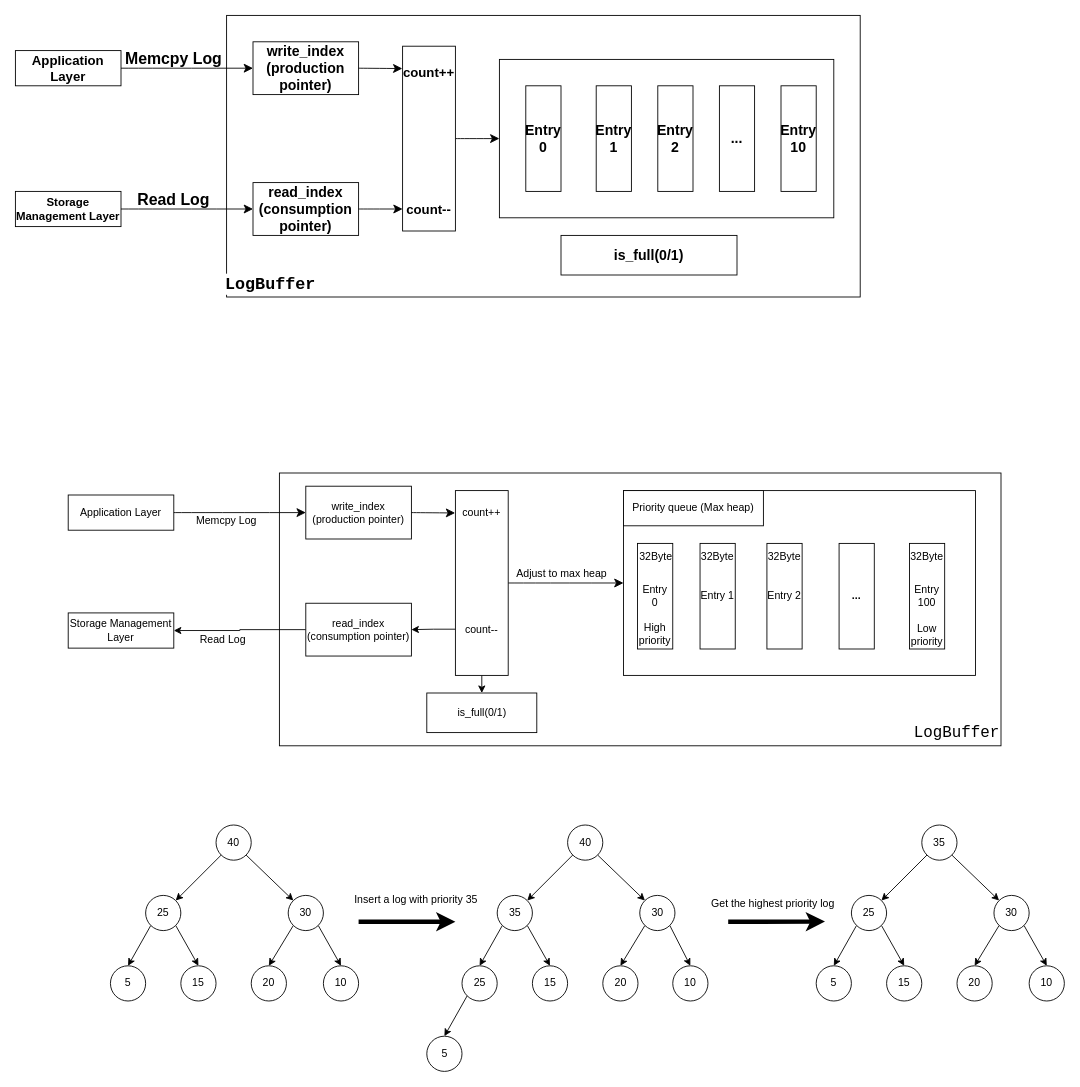
This is page "第 3 页" (3 of 4) of 小论文.drawio from WHUT-LHT/hello-world, a draw.io file, before an edit. Source tidied: cells renumbered, new cells numbered last; positions are measured from the earlier drawing's top-left corner, leaving out a move shared by most shapes. Both pictures are drawn from the tidied source at 88%, with x=0, y=0 at pixel (15, 15).
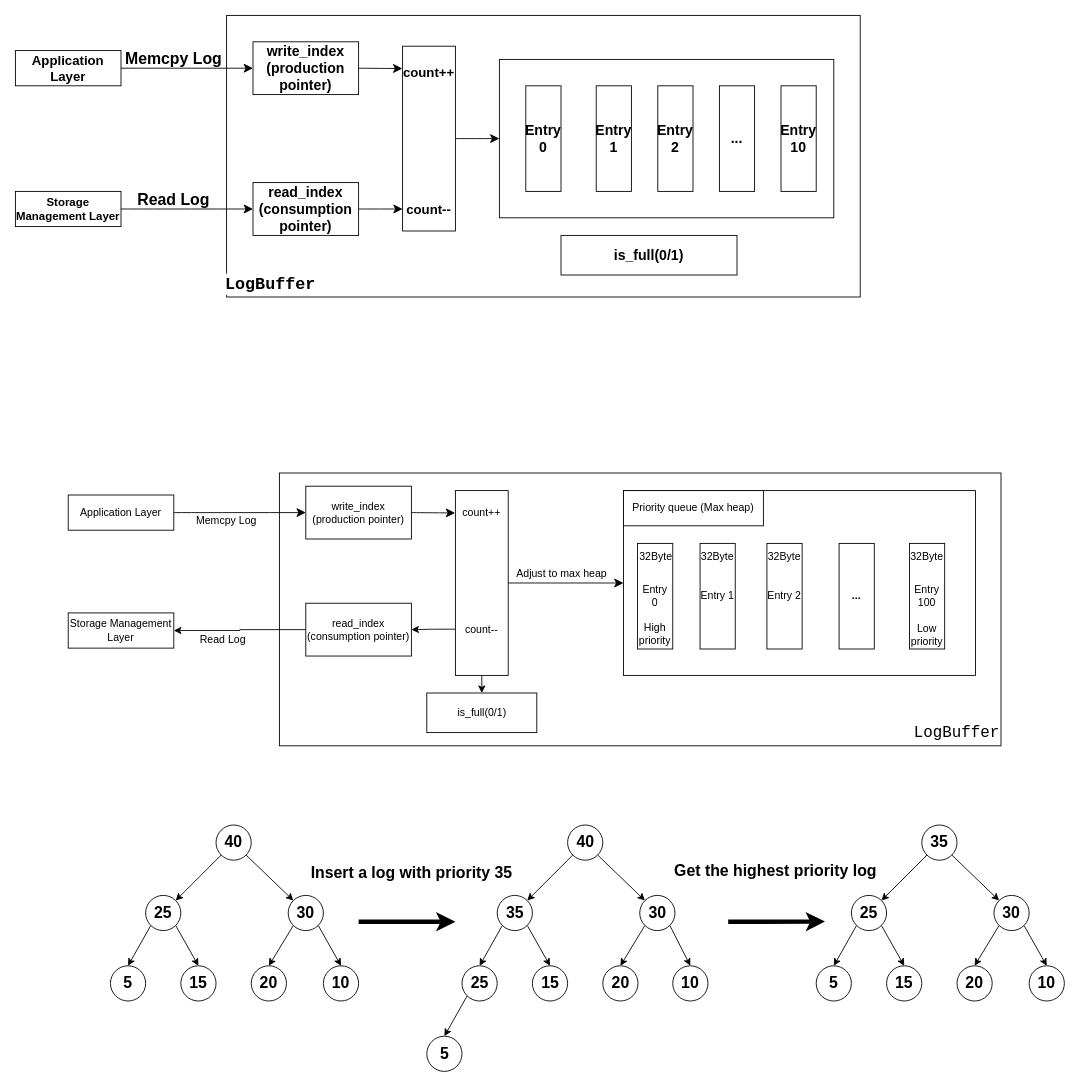
After the change.

The edit, as a diff of the source:
```diff
@@
-    <mxCell id="57" style="rounded=0;jettySize=auto;html=1;exitX=0;exitY=1;exitDx=0;exitDy=0;entryX=1;entryY=0;entryDx=0;entryDy=0;" parent="1" edge="1" source="59" target="62">
+    <mxCell id="57" style="rounded=0;jettySize=auto;html=1;exitX=0;exitY=1;exitDx=0;exitDy=0;entryX=1;entryY=0;entryDx=0;entryDy=0;fontSize=15;fontStyle=1;" parent="1" edge="1" source="59" target="62">
       <mxGeometry relative="1" as="geometry" />
     </mxCell>
-    <mxCell id="58" style="rounded=0;jettySize=auto;html=1;exitX=1;exitY=1;exitDx=0;exitDy=0;entryX=0;entryY=0;entryDx=0;entryDy=0;" parent="1" edge="1" source="59" target="65">
+    <mxCell id="58" style="rounded=0;jettySize=auto;html=1;exitX=1;exitY=1;exitDx=0;exitDy=0;entryX=0;entryY=0;entryDx=0;entryDy=0;fontSize=15;fontStyle=1;" parent="1" edge="1" source="59" target="65">
       <mxGeometry relative="1" as="geometry" />
     </mxCell>
-    <mxCell id="59" value="40" style="ellipse;whiteSpace=wrap;html=1;" parent="1" vertex="1">
+    <mxCell id="59" value="40" style="ellipse;whiteSpace=wrap;html=1;fontSize=18;fontStyle=1;" parent="1" vertex="1">
       <mxGeometry x="228" y="920" width="40" height="40" as="geometry" />
     </mxCell>
-    <mxCell id="60" style="rounded=0;jettySize=auto;html=1;exitX=0;exitY=1;exitDx=0;exitDy=0;entryX=0.5;entryY=0;entryDx=0;entryDy=0;" parent="1" edge="1" source="62" target="66">
+    <mxCell id="60" style="rounded=0;jettySize=auto;html=1;exitX=0;exitY=1;exitDx=0;exitDy=0;entryX=0.5;entryY=0;entryDx=0;entryDy=0;fontSize=15;fontStyle=1;" parent="1" edge="1" source="62" target="66">
       <mxGeometry relative="1" as="geometry" />
     </mxCell>
-    <mxCell id="61" style="rounded=0;jettySize=auto;html=1;exitX=1;exitY=1;exitDx=0;exitDy=0;entryX=0.5;entryY=0;entryDx=0;entryDy=0;" parent="1" edge="1" source="62" target="67">
+    <mxCell id="61" style="rounded=0;jettySize=auto;html=1;exitX=1;exitY=1;exitDx=0;exitDy=0;entryX=0.5;entryY=0;entryDx=0;entryDy=0;fontSize=15;fontStyle=1;" parent="1" edge="1" source="62" target="67">
       <mxGeometry relative="1" as="geometry" />
     </mxCell>
-    <mxCell id="62" value="25" style="ellipse;whiteSpace=wrap;html=1;" parent="1" vertex="1">
+    <mxCell id="62" value="25" style="ellipse;whiteSpace=wrap;html=1;fontSize=18;fontStyle=1;" parent="1" vertex="1">
       <mxGeometry x="148" y="1000" width="40" height="40" as="geometry" />
     </mxCell>
-    <mxCell id="63" style="rounded=0;jettySize=auto;html=1;exitX=0;exitY=1;exitDx=0;exitDy=0;entryX=0.5;entryY=0;entryDx=0;entryDy=0;" parent="1" edge="1" source="65" target="68">
+    <mxCell id="63" style="rounded=0;jettySize=auto;html=1;exitX=0;exitY=1;exitDx=0;exitDy=0;entryX=0.5;entryY=0;entryDx=0;entryDy=0;fontSize=15;fontStyle=1;" parent="1" edge="1" source="65" target="68">
       <mxGeometry relative="1" as="geometry" />
     </mxCell>
-    <mxCell id="64" style="rounded=0;jettySize=auto;html=1;exitX=1;exitY=1;exitDx=0;exitDy=0;entryX=0.5;entryY=0;entryDx=0;entryDy=0;" parent="1" edge="1" source="65" target="69">
+    <mxCell id="64" style="rounded=0;jettySize=auto;html=1;exitX=1;exitY=1;exitDx=0;exitDy=0;entryX=0.5;entryY=0;entryDx=0;entryDy=0;fontSize=15;fontStyle=1;" parent="1" edge="1" source="65" target="69">
       <mxGeometry relative="1" as="geometry" />
     </mxCell>
-    <mxCell id="65" value="30" style="ellipse;whiteSpace=wrap;html=1;" parent="1" vertex="1">
+    <mxCell id="65" value="30" style="ellipse;whiteSpace=wrap;html=1;fontSize=18;fontStyle=1;" parent="1" vertex="1">
       <mxGeometry x="310" y="1000" width="40" height="40" as="geometry" />
     </mxCell>
-    <mxCell id="66" value="5" style="ellipse;whiteSpace=wrap;html=1;" parent="1" vertex="1">
+    <mxCell id="66" value="5" style="ellipse;whiteSpace=wrap;html=1;fontSize=18;fontStyle=1;" parent="1" vertex="1">
       <mxGeometry x="108" y="1080" width="40" height="40" as="geometry" />
     </mxCell>
-    <mxCell id="67" value="15" style="ellipse;whiteSpace=wrap;html=1;" parent="1" vertex="1">
+    <mxCell id="67" value="15" style="ellipse;whiteSpace=wrap;html=1;fontSize=18;fontStyle=1;" parent="1" vertex="1">
       <mxGeometry x="188" y="1080" width="40" height="40" as="geometry" />
     </mxCell>
-    <mxCell id="68" value="20" style="ellipse;whiteSpace=wrap;html=1;" parent="1" vertex="1">
+    <mxCell id="68" value="20" style="ellipse;whiteSpace=wrap;html=1;fontSize=18;fontStyle=1;" parent="1" vertex="1">
       <mxGeometry x="268" y="1080" width="40" height="40" as="geometry" />
     </mxCell>
-    <mxCell id="69" value="10" style="ellipse;whiteSpace=wrap;html=1;" parent="1" vertex="1">
+    <mxCell id="69" value="10" style="ellipse;whiteSpace=wrap;html=1;fontSize=18;fontStyle=1;" parent="1" vertex="1">
       <mxGeometry x="350" y="1080" width="40" height="40" as="geometry" />
     </mxCell>
-    <mxCell id="70" style="rounded=0;jettySize=auto;html=1;exitX=0;exitY=1;exitDx=0;exitDy=0;entryX=1;entryY=0;entryDx=0;entryDy=0;" parent="1" edge="1" source="72" target="75">
+    <mxCell id="70" style="rounded=0;jettySize=auto;html=1;exitX=0;exitY=1;exitDx=0;exitDy=0;entryX=1;entryY=0;entryDx=0;entryDy=0;fontSize=15;fontStyle=1;" parent="1" edge="1" source="72" target="75">
       <mxGeometry relative="1" as="geometry" />
     </mxCell>
-    <mxCell id="71" style="rounded=0;jettySize=auto;html=1;exitX=1;exitY=1;exitDx=0;exitDy=0;entryX=0;entryY=0;entryDx=0;entryDy=0;" parent="1" edge="1" source="72" target="78">
+    <mxCell id="71" style="rounded=0;jettySize=auto;html=1;exitX=1;exitY=1;exitDx=0;exitDy=0;entryX=0;entryY=0;entryDx=0;entryDy=0;fontSize=15;fontStyle=1;" parent="1" edge="1" source="72" target="78">
       <mxGeometry relative="1" as="geometry" />
     </mxCell>
-    <mxCell id="72" value="40" style="ellipse;whiteSpace=wrap;html=1;" parent="1" vertex="1">
+    <mxCell id="72" value="40" style="ellipse;whiteSpace=wrap;html=1;fontSize=18;fontStyle=1;" parent="1" vertex="1">
       <mxGeometry x="627.5" y="920" width="40" height="40" as="geometry" />
     </mxCell>
-    <mxCell id="73" style="rounded=0;jettySize=auto;html=1;exitX=0;exitY=1;exitDx=0;exitDy=0;entryX=0.5;entryY=0;entryDx=0;entryDy=0;" parent="1" edge="1" source="75" target="80">
+    <mxCell id="73" style="rounded=0;jettySize=auto;html=1;exitX=0;exitY=1;exitDx=0;exitDy=0;entryX=0.5;entryY=0;entryDx=0;entryDy=0;fontSize=15;fontStyle=1;" parent="1" edge="1" source="75" target="80">
       <mxGeometry relative="1" as="geometry" />
     </mxCell>
-    <mxCell id="74" style="rounded=0;jettySize=auto;html=1;exitX=1;exitY=1;exitDx=0;exitDy=0;entryX=0.5;entryY=0;entryDx=0;entryDy=0;" parent="1" edge="1" source="75" target="81">
+    <mxCell id="74" style="rounded=0;jettySize=auto;html=1;exitX=1;exitY=1;exitDx=0;exitDy=0;entryX=0.5;entryY=0;entryDx=0;entryDy=0;fontSize=15;fontStyle=1;" parent="1" edge="1" source="75" target="81">
       <mxGeometry relative="1" as="geometry" />
     </mxCell>
-    <mxCell id="75" value="35" style="ellipse;whiteSpace=wrap;html=1;" parent="1" vertex="1">
+    <mxCell id="75" value="35" style="ellipse;whiteSpace=wrap;html=1;fontSize=18;fontStyle=1;" parent="1" vertex="1">
       <mxGeometry x="547.5" y="1000" width="40" height="40" as="geometry" />
     </mxCell>
-    <mxCell id="76" style="rounded=0;jettySize=auto;html=1;exitX=0;exitY=1;exitDx=0;exitDy=0;entryX=0.5;entryY=0;entryDx=0;entryDy=0;" parent="1" edge="1" source="78" target="82">
+    <mxCell id="76" style="rounded=0;jettySize=auto;html=1;exitX=0;exitY=1;exitDx=0;exitDy=0;entryX=0.5;entryY=0;entryDx=0;entryDy=0;fontSize=15;fontStyle=1;" parent="1" edge="1" source="78" target="82">
       <mxGeometry relative="1" as="geometry" />
     </mxCell>
-    <mxCell id="77" style="rounded=0;jettySize=auto;html=1;exitX=1;exitY=1;exitDx=0;exitDy=0;entryX=0.5;entryY=0;entryDx=0;entryDy=0;" parent="1" edge="1" source="78" target="83">
+    <mxCell id="77" style="rounded=0;jettySize=auto;html=1;exitX=1;exitY=1;exitDx=0;exitDy=0;entryX=0.5;entryY=0;entryDx=0;entryDy=0;fontSize=15;fontStyle=1;" parent="1" edge="1" source="78" target="83">
       <mxGeometry relative="1" as="geometry" />
     </mxCell>
-    <mxCell id="78" value="30" style="ellipse;whiteSpace=wrap;html=1;" parent="1" vertex="1">
+    <mxCell id="78" value="30" style="ellipse;whiteSpace=wrap;html=1;fontSize=18;fontStyle=1;" parent="1" vertex="1">
       <mxGeometry x="709.5" y="1000" width="40" height="40" as="geometry" />
     </mxCell>
-    <mxCell id="79" style="rounded=0;jettySize=auto;html=1;exitX=0;exitY=1;exitDx=0;exitDy=0;entryX=0.5;entryY=0;entryDx=0;entryDy=0;" parent="1" edge="1" source="80" target="84">
+    <mxCell id="79" style="rounded=0;jettySize=auto;html=1;exitX=0;exitY=1;exitDx=0;exitDy=0;entryX=0.5;entryY=0;entryDx=0;entryDy=0;fontSize=15;fontStyle=1;" parent="1" edge="1" source="80" target="84">
       <mxGeometry relative="1" as="geometry" />
     </mxCell>
-    <mxCell id="80" value="25" style="ellipse;whiteSpace=wrap;html=1;" parent="1" vertex="1">
+    <mxCell id="80" value="25" style="ellipse;whiteSpace=wrap;html=1;fontSize=18;fontStyle=1;" parent="1" vertex="1">
       <mxGeometry x="507.5" y="1080" width="40" height="40" as="geometry" />
     </mxCell>
-    <mxCell id="81" value="15" style="ellipse;whiteSpace=wrap;html=1;" parent="1" vertex="1">
+    <mxCell id="81" value="15" style="ellipse;whiteSpace=wrap;html=1;fontSize=18;fontStyle=1;" parent="1" vertex="1">
       <mxGeometry x="587.5" y="1080" width="40" height="40" as="geometry" />
     </mxCell>
-    <mxCell id="82" value="20" style="ellipse;whiteSpace=wrap;html=1;" parent="1" vertex="1">
+    <mxCell id="82" value="20" style="ellipse;whiteSpace=wrap;html=1;fontSize=18;fontStyle=1;" parent="1" vertex="1">
       <mxGeometry x="667.5" y="1080" width="40" height="40" as="geometry" />
     </mxCell>
-    <mxCell id="83" value="10" style="ellipse;whiteSpace=wrap;html=1;" parent="1" vertex="1">
+    <mxCell id="83" value="10" style="ellipse;whiteSpace=wrap;html=1;fontSize=18;fontStyle=1;" parent="1" vertex="1">
       <mxGeometry x="747" y="1080" width="40" height="40" as="geometry" />
     </mxCell>
-    <mxCell id="84" value="5" style="ellipse;whiteSpace=wrap;html=1;" parent="1" vertex="1">
+    <mxCell id="84" value="5" style="ellipse;whiteSpace=wrap;html=1;fontSize=18;fontStyle=1;" parent="1" vertex="1">
       <mxGeometry x="467.5" y="1160" width="40" height="40" as="geometry" />
     </mxCell>
-    <mxCell id="85" style="endArrow=classic;html=1;rounded=0;fontSize=32;strokeWidth=5;" parent="1" edge="1">
+    <mxCell id="85" style="endArrow=classic;html=1;rounded=0;fontSize=15;strokeWidth=5;fontStyle=1;" parent="1" edge="1">
       <mxGeometry relative="1" as="geometry">
         <mxPoint x="390" y="1030" as="sourcePoint" />
         <mxPoint x="500" y="1030" as="targetPoint" />
       </mxGeometry>
     </mxCell>
-    <mxCell id="86" value="Insert a log with priority 35" style="text;html=1;align=center;verticalAlign=middle;strokeColor=none;fillColor=none;" parent="1" vertex="1">
-      <mxGeometry x="375" y="990" width="160" height="30" as="geometry" />
+    <mxCell id="86" value="Insert a log with priority 35" style="text;html=1;align=center;verticalAlign=middle;strokeColor=none;fillColor=none;fontSize=18;fontStyle=1;" parent="1" vertex="1">
+      <mxGeometry x="335" y="955" width="230" height="40" as="geometry" />
     </mxCell>
-    <mxCell id="87" style="endArrow=classic;html=1;rounded=0;fontSize=32;strokeWidth=5;" parent="1" edge="1">
+    <mxCell id="87" style="endArrow=classic;html=1;rounded=0;fontSize=15;strokeWidth=5;fontStyle=1;" parent="1" edge="1">
       <mxGeometry relative="1" as="geometry">
         <mxPoint x="810" y="1030" as="sourcePoint" />
         <mxPoint x="920" y="1029.8" as="targetPoint" />
       </mxGeometry>
     </mxCell>
-    <mxCell id="88" value="Get the highest priority log" style="text;whiteSpace=wrap;" parent="1" vertex="1">
-      <mxGeometry x="789" y="996" width="170" height="40" as="geometry" />
+    <mxCell id="88" value="Get the highest priority log" style="text;whiteSpace=wrap;fontSize=18;fontStyle=1;" parent="1" vertex="1">
+      <mxGeometry x="747" y="955" width="243" height="40" as="geometry" />
     </mxCell>
-    <mxCell id="89" style="rounded=0;jettySize=auto;html=1;exitX=0;exitY=1;exitDx=0;exitDy=0;entryX=1;entryY=0;entryDx=0;entryDy=0;" parent="1" edge="1" source="91" target="94">
+    <mxCell id="89" style="rounded=0;jettySize=auto;html=1;exitX=0;exitY=1;exitDx=0;exitDy=0;entryX=1;entryY=0;entryDx=0;entryDy=0;fontSize=15;fontStyle=1;" parent="1" edge="1" source="91" target="94">
       <mxGeometry relative="1" as="geometry" />
     </mxCell>
-    <mxCell id="90" style="rounded=0;jettySize=auto;html=1;exitX=1;exitY=1;exitDx=0;exitDy=0;entryX=0;entryY=0;entryDx=0;entryDy=0;" parent="1" edge="1" source="91" target="97">
+    <mxCell id="90" style="rounded=0;jettySize=auto;html=1;exitX=1;exitY=1;exitDx=0;exitDy=0;entryX=0;entryY=0;entryDx=0;entryDy=0;fontSize=15;fontStyle=1;" parent="1" edge="1" source="91" target="97">
       <mxGeometry relative="1" as="geometry" />
     </mxCell>
-    <mxCell id="91" value="35" style="ellipse;whiteSpace=wrap;html=1;" parent="1" vertex="1">
+    <mxCell id="91" value="35" style="ellipse;whiteSpace=wrap;html=1;fontSize=18;fontStyle=1;" parent="1" vertex="1">
       <mxGeometry x="1030" y="920" width="40" height="40" as="geometry" />
     </mxCell>
-    <mxCell id="92" style="rounded=0;jettySize=auto;html=1;exitX=0;exitY=1;exitDx=0;exitDy=0;entryX=0.5;entryY=0;entryDx=0;entryDy=0;" parent="1" edge="1" source="94" target="98">
+    <mxCell id="92" style="rounded=0;jettySize=auto;html=1;exitX=0;exitY=1;exitDx=0;exitDy=0;entryX=0.5;entryY=0;entryDx=0;entryDy=0;fontSize=15;fontStyle=1;" parent="1" edge="1" source="94" target="98">
       <mxGeometry relative="1" as="geometry" />
     </mxCell>
-    <mxCell id="93" style="rounded=0;jettySize=auto;html=1;exitX=1;exitY=1;exitDx=0;exitDy=0;entryX=0.5;entryY=0;entryDx=0;entryDy=0;" parent="1" edge="1" source="94" target="99">
+    <mxCell id="93" style="rounded=0;jettySize=auto;html=1;exitX=1;exitY=1;exitDx=0;exitDy=0;entryX=0.5;entryY=0;entryDx=0;entryDy=0;fontSize=15;fontStyle=1;" parent="1" edge="1" source="94" target="99">
       <mxGeometry relative="1" as="geometry" />
     </mxCell>
-    <mxCell id="94" value="25" style="ellipse;whiteSpace=wrap;html=1;" parent="1" vertex="1">
+    <mxCell id="94" value="25" style="ellipse;whiteSpace=wrap;html=1;fontSize=18;fontStyle=1;" parent="1" vertex="1">
       <mxGeometry x="950" y="1000" width="40" height="40" as="geometry" />
     </mxCell>
-    <mxCell id="95" style="rounded=0;jettySize=auto;html=1;exitX=0;exitY=1;exitDx=0;exitDy=0;entryX=0.5;entryY=0;entryDx=0;entryDy=0;" parent="1" edge="1" source="97" target="100">
+    <mxCell id="95" style="rounded=0;jettySize=auto;html=1;exitX=0;exitY=1;exitDx=0;exitDy=0;entryX=0.5;entryY=0;entryDx=0;entryDy=0;fontSize=15;fontStyle=1;" parent="1" edge="1" source="97" target="100">
       <mxGeometry relative="1" as="geometry" />
     </mxCell>
-    <mxCell id="96" style="rounded=0;jettySize=auto;html=1;exitX=1;exitY=1;exitDx=0;exitDy=0;entryX=0.5;entryY=0;entryDx=0;entryDy=0;" parent="1" edge="1" source="97" target="101">
+    <mxCell id="96" style="rounded=0;jettySize=auto;html=1;exitX=1;exitY=1;exitDx=0;exitDy=0;entryX=0.5;entryY=0;entryDx=0;entryDy=0;fontSize=15;fontStyle=1;" parent="1" edge="1" source="97" target="101">
       <mxGeometry relative="1" as="geometry" />
     </mxCell>
-    <mxCell id="97" value="30" style="ellipse;whiteSpace=wrap;html=1;" parent="1" vertex="1">
+    <mxCell id="97" value="30" style="ellipse;whiteSpace=wrap;html=1;fontSize=18;fontStyle=1;" parent="1" vertex="1">
       <mxGeometry x="1112" y="1000" width="40" height="40" as="geometry" />
     </mxCell>
-    <mxCell id="98" value="5" style="ellipse;whiteSpace=wrap;html=1;" parent="1" vertex="1">
+    <mxCell id="98" value="5" style="ellipse;whiteSpace=wrap;html=1;fontSize=18;fontStyle=1;" parent="1" vertex="1">
       <mxGeometry x="910" y="1080" width="40" height="40" as="geometry" />
     </mxCell>
-    <mxCell id="99" value="15" style="ellipse;whiteSpace=wrap;html=1;" parent="1" vertex="1">
+    <mxCell id="99" value="15" style="ellipse;whiteSpace=wrap;html=1;fontSize=18;fontStyle=1;" parent="1" vertex="1">
       <mxGeometry x="990" y="1080" width="40" height="40" as="geometry" />
     </mxCell>
-    <mxCell id="100" value="20" style="ellipse;whiteSpace=wrap;html=1;" parent="1" vertex="1">
+    <mxCell id="100" value="20" style="ellipse;whiteSpace=wrap;html=1;fontSize=18;fontStyle=1;" parent="1" vertex="1">
       <mxGeometry x="1070" y="1080" width="40" height="40" as="geometry" />
     </mxCell>
-    <mxCell id="101" value="10" style="ellipse;whiteSpace=wrap;html=1;" parent="1" vertex="1">
+    <mxCell id="101" value="10" style="ellipse;whiteSpace=wrap;html=1;fontSize=18;fontStyle=1;" parent="1" vertex="1">
       <mxGeometry x="1152" y="1080" width="40" height="40" as="geometry" />
     </mxCell>
```
